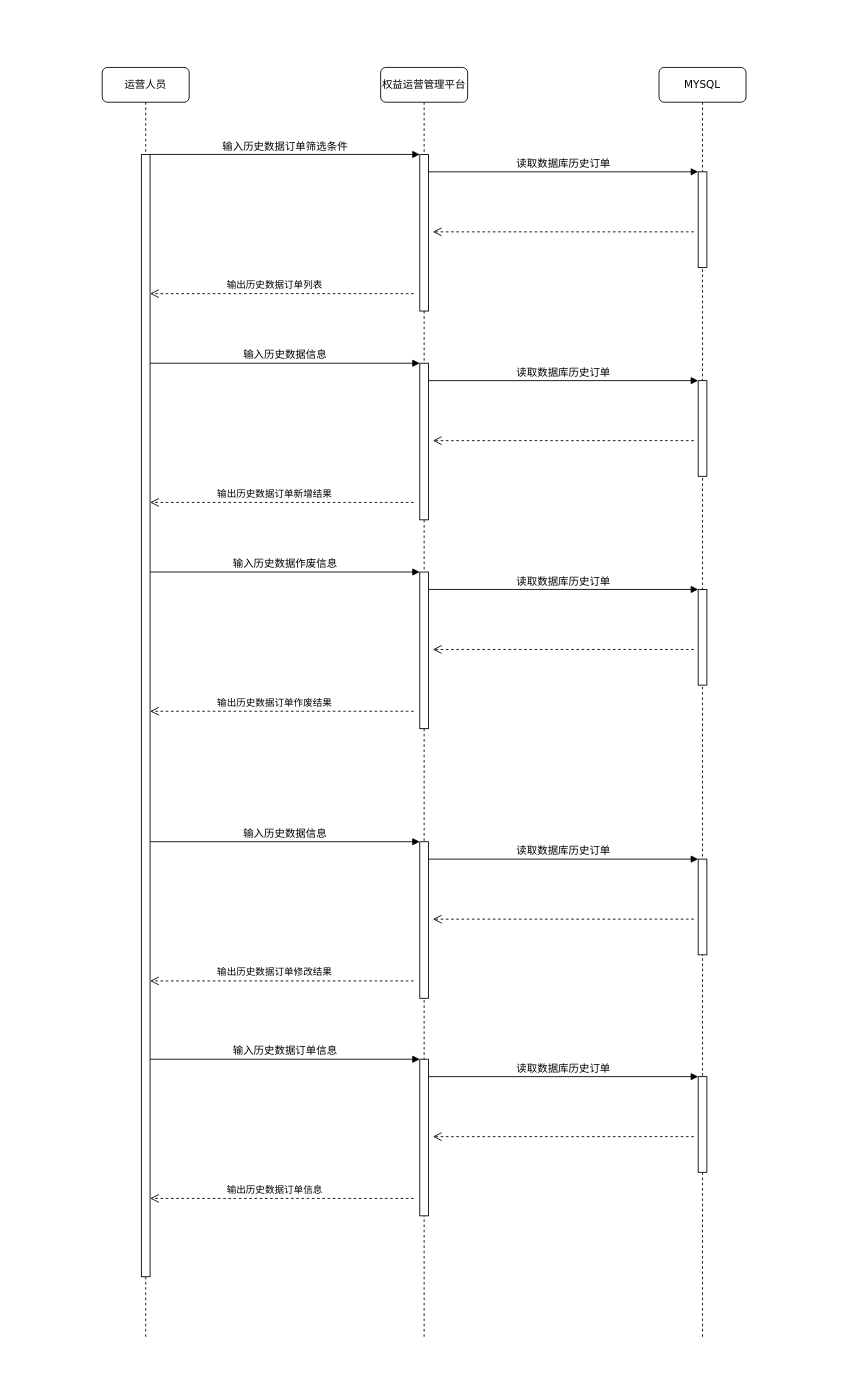
Earlier version of the draw.io diagram 省侧退订统一收口历史数据割接.drawio (moshan123/draw). Source tidied: cells renumbered, new cells numbered last; positions are measured from the earlier drawing's top-left corner, leaving out a move shared by most shapes. Both pictures are drawn from the tidied source at 87%, with x=0, y=0 at pixel (102, 67).
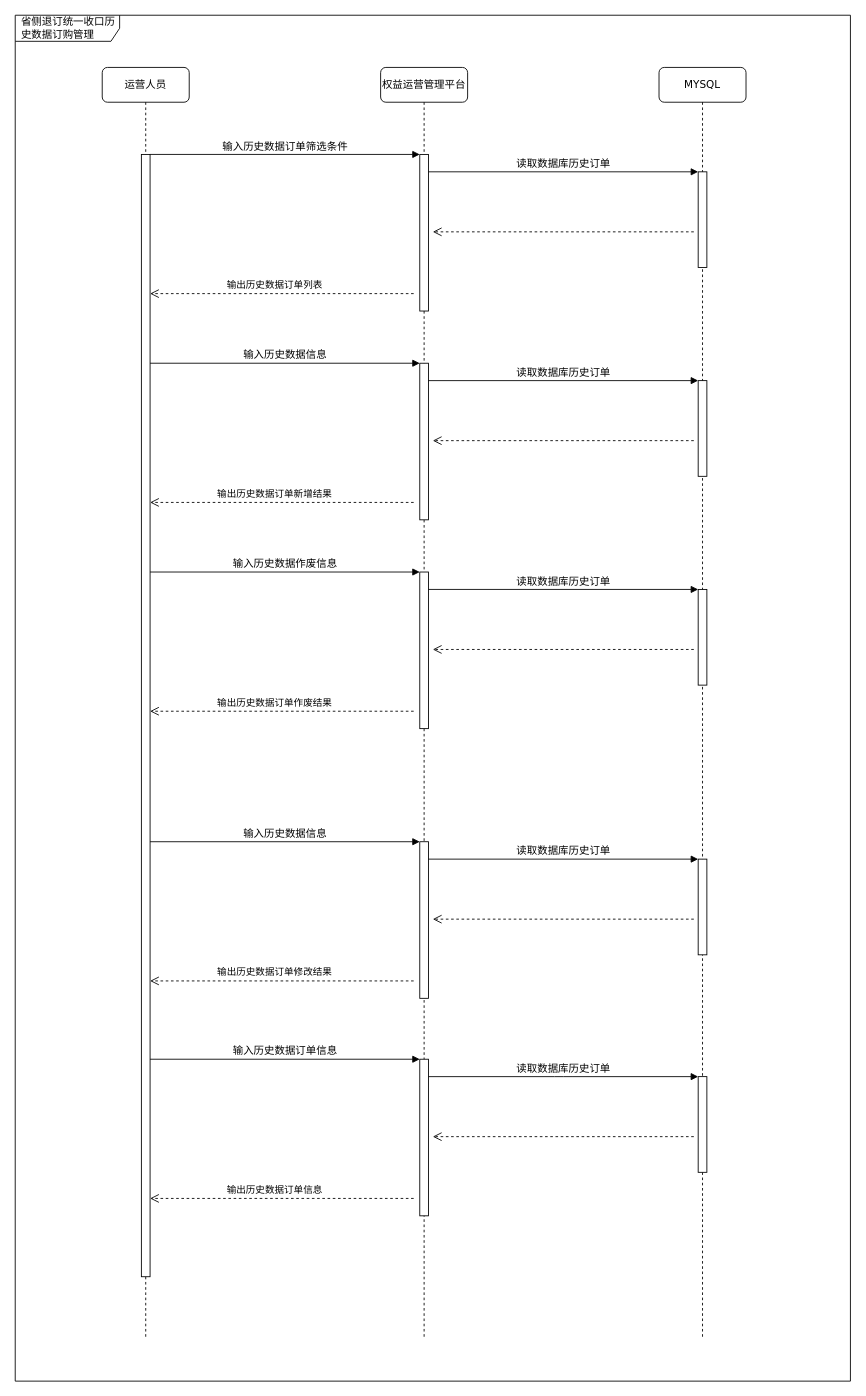
After the change.

Commit message (it also covers changes not shown here):
更新省侧退订统一收口历史数据割接.drawio

Diff of the diagram source:
```diff
@@
+    <mxCell id="41" value="省侧退订统一收口历史数据订购管理" style="shape=umlFrame;whiteSpace=wrap;html=1;width=120;height=30;boundedLbl=1;verticalAlign=middle;align=left;spacingLeft=5;" parent="1" vertex="1">
+      <mxGeometry x="-100" y="-60" width="960" height="1570" as="geometry" />
+    </mxCell>
```
